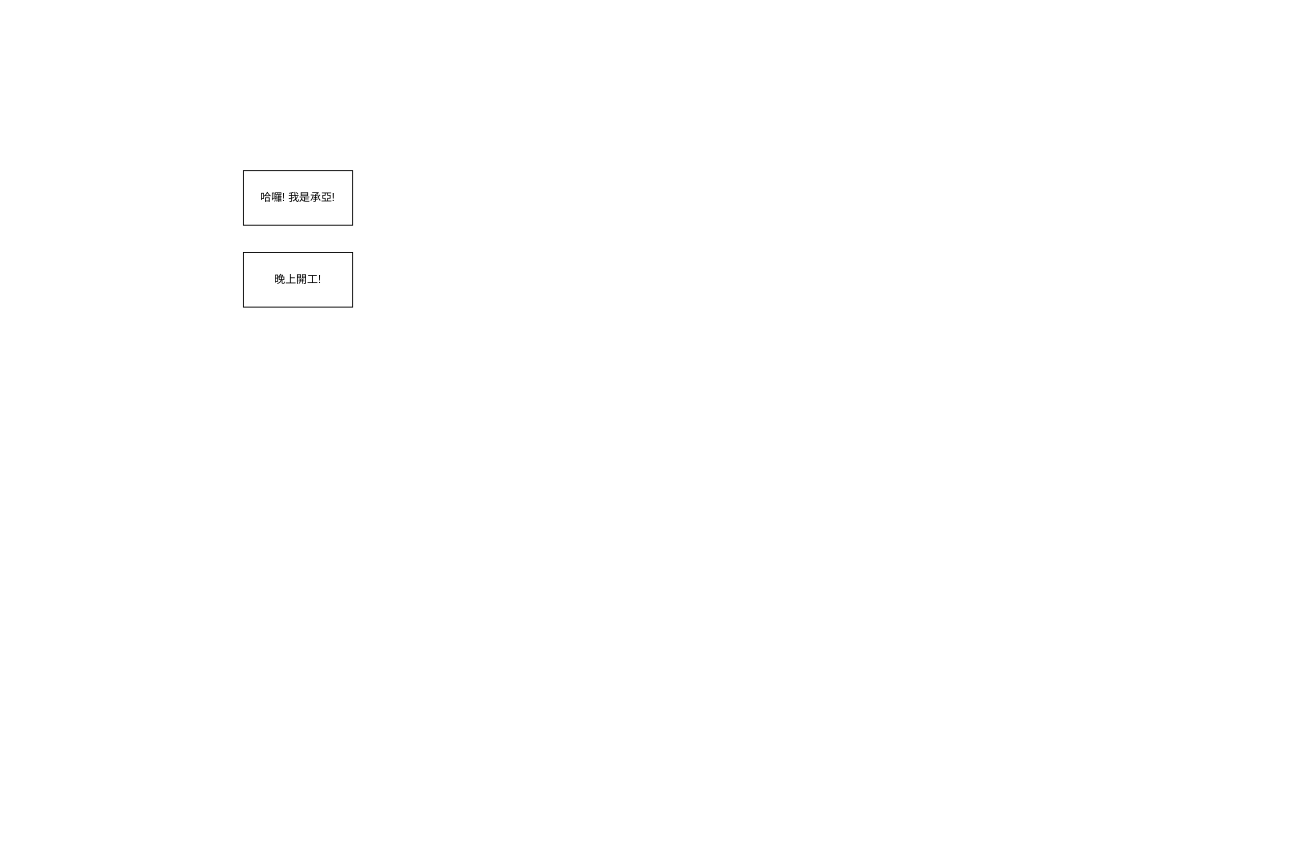
Above: Untitled Diagram.drawio in dodooodo/feplace (draw.io), before the change. Source tidied: cells renumbered, new cells numbered last; positions are measured from the earlier drawing's top-left corner, leaving out a move shared by most shapes. Both pictures are drawn from the tidied source at 91%, with x=0, y=0 at pixel (243, 170).
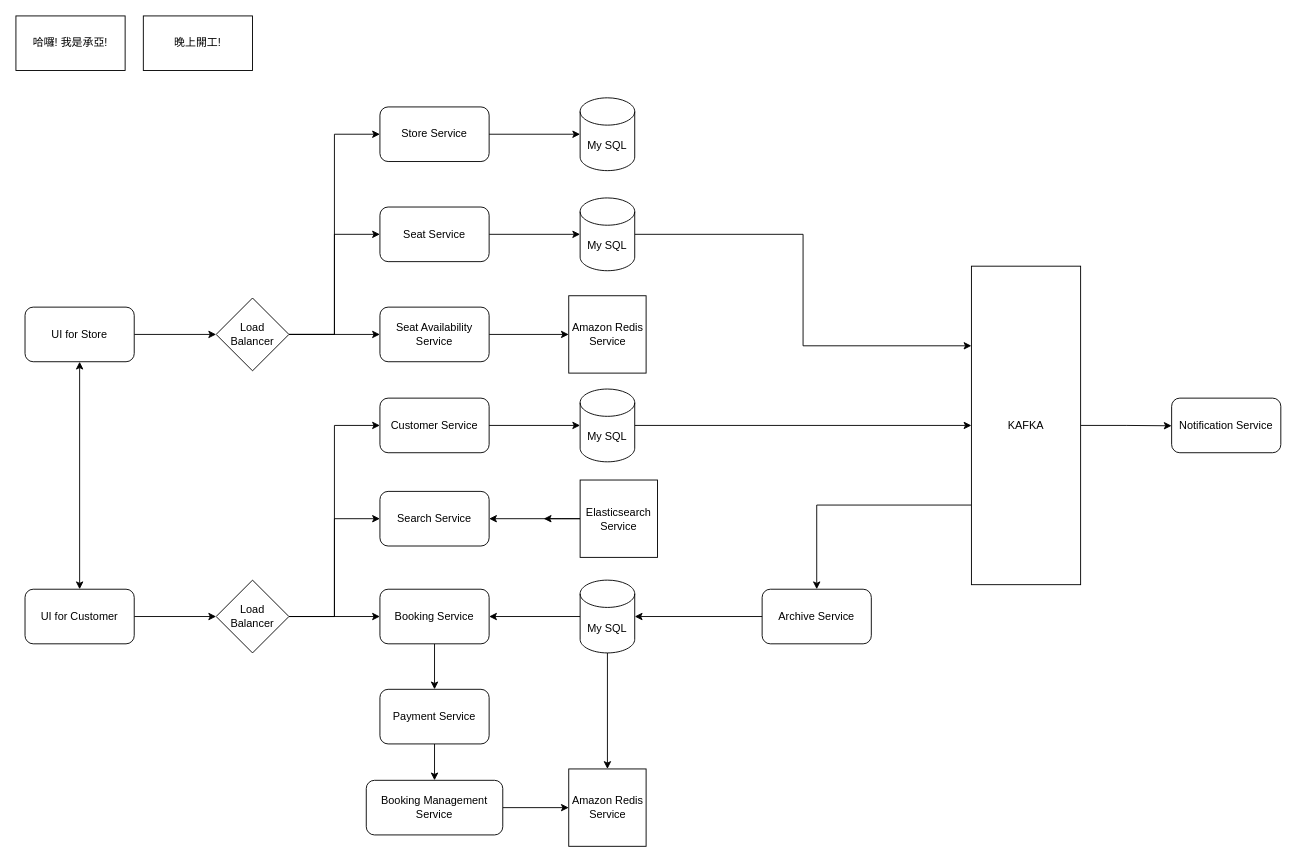
After the change.

Change to the diagram source:
```diff
@@
     <mxCell id="2" value="哈囉! 我是承亞!" style="rounded=0;whiteSpace=wrap;html=1;" parent="1" vertex="1">
-      <mxGeometry width="120" height="60" as="geometry" />
+      <mxGeometry x="-250" y="-170" width="120" height="60" as="geometry" />
     </mxCell>
     <mxCell id="3" value="晚上開工!" style="rounded=0;whiteSpace=wrap;html=1;" parent="1" vertex="1">
-      <mxGeometry y="90" width="120" height="60" as="geometry" />
+      <mxGeometry x="-110" y="-170" width="120" height="60" as="geometry" />
     </mxCell>
+    <mxCell id="4" style="edgeStyle=orthogonalEdgeStyle;rounded=0;jettySize=auto;html=1;exitX=1;exitY=0.5;exitDx=0;exitDy=0;entryX=0;entryY=0.5;entryDx=0;entryDy=0;" parent="1" edge="1" source="5" target="11">
+      <mxGeometry relative="1" as="geometry" />
+    </mxCell>
+    <mxCell id="5" value="UI for Store" style="rounded=1;whiteSpace=wrap;html=1;" parent="1" vertex="1">
+      <mxGeometry x="-240" y="150" width="120" height="60" as="geometry" />
+    </mxCell>
+    <mxCell id="6" style="edgeStyle=orthogonalEdgeStyle;rounded=0;jettySize=auto;html=1;exitX=1;exitY=0.5;exitDx=0;exitDy=0;entryX=0;entryY=0.5;entryDx=0;entryDy=0;" parent="1" edge="1" source="7" target="15">
+      <mxGeometry relative="1" as="geometry" />
+    </mxCell>
+    <mxCell id="7" value="UI for Customer" style="rounded=1;whiteSpace=wrap;html=1;" parent="1" vertex="1">
+      <mxGeometry x="-240" y="460" width="120" height="60" as="geometry" />
+    </mxCell>
+    <mxCell id="8" style="edgeStyle=orthogonalEdgeStyle;rounded=0;jettySize=auto;html=1;exitX=1;exitY=0.5;exitDx=0;exitDy=0;entryX=0;entryY=0.5;entryDx=0;entryDy=0;" parent="1" edge="1" source="11" target="18">
+      <mxGeometry relative="1" as="geometry" />
+    </mxCell>
+    <mxCell id="9" style="edgeStyle=orthogonalEdgeStyle;rounded=0;jettySize=auto;html=1;exitX=1;exitY=0.5;exitDx=0;exitDy=0;entryX=0;entryY=0.5;entryDx=0;entryDy=0;" parent="1" edge="1" source="11" target="16">
+      <mxGeometry relative="1" as="geometry" />
+    </mxCell>
+    <mxCell id="10" style="edgeStyle=orthogonalEdgeStyle;rounded=0;jettySize=auto;html=1;exitX=1;exitY=0.5;exitDx=0;exitDy=0;entryX=0;entryY=0.5;entryDx=0;entryDy=0;" parent="1" edge="1" source="11" target="44">
+      <mxGeometry relative="1" as="geometry" />
+    </mxCell>
+    <mxCell id="11" value="Load&lt;div&gt;Balancer&lt;/div&gt;" style="rhombus;whiteSpace=wrap;html=1;" parent="1" vertex="1">
+      <mxGeometry x="-30" y="140" width="80" height="80" as="geometry" />
+    </mxCell>
+    <mxCell id="12" style="edgeStyle=orthogonalEdgeStyle;rounded=0;jettySize=auto;html=1;exitX=1;exitY=0.5;exitDx=0;exitDy=0;entryX=0;entryY=0.5;entryDx=0;entryDy=0;" parent="1" edge="1" source="15" target="19">
+      <mxGeometry relative="1" as="geometry" />
+    </mxCell>
+    <mxCell id="13" style="edgeStyle=orthogonalEdgeStyle;rounded=0;jettySize=auto;html=1;exitX=1;exitY=0.5;exitDx=0;exitDy=0;entryX=0;entryY=0.5;entryDx=0;entryDy=0;" parent="1" edge="1" source="15" target="21">
+      <mxGeometry relative="1" as="geometry" />
+    </mxCell>
+    <mxCell id="14" style="edgeStyle=orthogonalEdgeStyle;rounded=0;jettySize=auto;html=1;exitX=1;exitY=0.5;exitDx=0;exitDy=0;entryX=0;entryY=0.5;entryDx=0;entryDy=0;" parent="1" edge="1" source="15" target="34">
+      <mxGeometry relative="1" as="geometry" />
+    </mxCell>
+    <mxCell id="15" value="Load&lt;div&gt;Balancer&lt;/div&gt;" style="rhombus;whiteSpace=wrap;html=1;" parent="1" vertex="1">
+      <mxGeometry x="-30" y="450" width="80" height="80" as="geometry" />
+    </mxCell>
+    <mxCell id="16" value="Store Service" style="rounded=1;whiteSpace=wrap;html=1;" parent="1" vertex="1">
+      <mxGeometry x="150" y="-70" width="120" height="60" as="geometry" />
+    </mxCell>
+    <mxCell id="17" style="edgeStyle=orthogonalEdgeStyle;rounded=0;jettySize=auto;html=1;exitX=1;exitY=0.5;exitDx=0;exitDy=0;" parent="1" edge="1" source="18" target="39">
+      <mxGeometry relative="1" as="geometry" />
+    </mxCell>
+    <mxCell id="18" value="Seat Availability Service" style="rounded=1;whiteSpace=wrap;html=1;" parent="1" vertex="1">
+      <mxGeometry x="150" y="150" width="120" height="60" as="geometry" />
+    </mxCell>
+    <mxCell id="19" value="Search Service" style="rounded=1;whiteSpace=wrap;html=1;" parent="1" vertex="1">
+      <mxGeometry x="150" y="352.5" width="120" height="60" as="geometry" />
+    </mxCell>
+    <mxCell id="20" style="edgeStyle=orthogonalEdgeStyle;rounded=0;jettySize=auto;html=1;exitX=0.5;exitY=1;exitDx=0;exitDy=0;entryX=0.5;entryY=0;entryDx=0;entryDy=0;" parent="1" edge="1" source="21" target="23">
+      <mxGeometry relative="1" as="geometry" />
+    </mxCell>
+    <mxCell id="21" value="Booking Service" style="rounded=1;whiteSpace=wrap;html=1;" parent="1" vertex="1">
+      <mxGeometry x="150" y="460" width="120" height="60" as="geometry" />
+    </mxCell>
+    <mxCell id="22" style="edgeStyle=orthogonalEdgeStyle;rounded=0;jettySize=auto;html=1;exitX=0.5;exitY=1;exitDx=0;exitDy=0;entryX=0.5;entryY=0;entryDx=0;entryDy=0;" parent="1" edge="1" source="23" target="25">
+      <mxGeometry relative="1" as="geometry" />
+    </mxCell>
+    <mxCell id="23" value="Payment Service" style="rounded=1;whiteSpace=wrap;html=1;" parent="1" vertex="1">
+      <mxGeometry x="150" y="570" width="120" height="60" as="geometry" />
+    </mxCell>
+    <mxCell id="24" style="edgeStyle=orthogonalEdgeStyle;rounded=0;jettySize=auto;html=1;exitX=1;exitY=0.5;exitDx=0;exitDy=0;entryX=0;entryY=0.5;entryDx=0;entryDy=0;" parent="1" edge="1" source="25" target="38">
+      <mxGeometry relative="1" as="geometry" />
+    </mxCell>
+    <mxCell id="25" value="Booking Management Service" style="rounded=1;whiteSpace=wrap;html=1;" parent="1" vertex="1">
+      <mxGeometry x="135" y="670" width="150" height="60" as="geometry" />
+    </mxCell>
+    <mxCell id="26" value="My SQL" style="shape=cylinder3;whiteSpace=wrap;html=1;boundedLbl=1;backgroundOutline=1;size=15;" parent="1" vertex="1">
+      <mxGeometry x="370" y="-80" width="60" height="80" as="geometry" />
+    </mxCell>
+    <mxCell id="27" style="edgeStyle=orthogonalEdgeStyle;rounded=0;jettySize=auto;html=1;exitX=1;exitY=0.5;exitDx=0;exitDy=0;entryX=0;entryY=0.5;entryDx=0;entryDy=0;entryPerimeter=0;" parent="1" edge="1" source="16" target="26">
+      <mxGeometry relative="1" as="geometry" />
+    </mxCell>
+    <mxCell id="28" style="edgeStyle=orthogonalEdgeStyle;rounded=0;jettySize=auto;html=1;exitX=0;exitY=0.5;exitDx=0;exitDy=0;exitPerimeter=0;" parent="1" edge="1" source="30" target="21">
+      <mxGeometry relative="1" as="geometry" />
+    </mxCell>
+    <mxCell id="29" style="edgeStyle=orthogonalEdgeStyle;rounded=0;jettySize=auto;html=1;exitX=0.5;exitY=1;exitDx=0;exitDy=0;exitPerimeter=0;" parent="1" edge="1" source="30" target="38">
+      <mxGeometry relative="1" as="geometry" />
+    </mxCell>
+    <mxCell id="30" value="My SQL" style="shape=cylinder3;whiteSpace=wrap;html=1;boundedLbl=1;backgroundOutline=1;size=15;" parent="1" vertex="1">
+      <mxGeometry x="370" y="450" width="60" height="80" as="geometry" />
+    </mxCell>
+    <mxCell id="31" style="edgeStyle=orthogonalEdgeStyle;rounded=0;jettySize=auto;html=1;exitX=0;exitY=0.5;exitDx=0;exitDy=0;entryX=1;entryY=0.5;entryDx=0;entryDy=0;" parent="1" edge="1" source="33" target="19">
+      <mxGeometry relative="1" as="geometry" />
+    </mxCell>
+    <mxCell id="32" style="edgeStyle=orthogonalEdgeStyle;rounded=0;jettySize=auto;html=1;" parent="1" edge="1" source="33">
+      <mxGeometry relative="1" as="geometry">
+        <mxPoint x="330" y="382.5" as="targetPoint" />
+      </mxGeometry>
+    </mxCell>
+    <mxCell id="33" value="Elasticsearch Service" style="rounded=0;whiteSpace=wrap;html=1;" parent="1" vertex="1">
+      <mxGeometry x="370" y="340" width="85" height="85" as="geometry" />
+    </mxCell>
+    <mxCell id="34" value="Customer Service" style="rounded=1;whiteSpace=wrap;html=1;" parent="1" vertex="1">
+      <mxGeometry x="150" y="250" width="120" height="60" as="geometry" />
+    </mxCell>
+    <mxCell id="35" style="edgeStyle=orthogonalEdgeStyle;rounded=0;jettySize=auto;html=1;exitX=1;exitY=0.5;exitDx=0;exitDy=0;exitPerimeter=0;" parent="1" edge="1" source="36" target="42">
+      <mxGeometry relative="1" as="geometry" />
+    </mxCell>
+    <mxCell id="36" value="My SQL" style="shape=cylinder3;whiteSpace=wrap;html=1;boundedLbl=1;backgroundOutline=1;size=15;" parent="1" vertex="1">
+      <mxGeometry x="370" y="240" width="60" height="80" as="geometry" />
+    </mxCell>
+    <mxCell id="37" style="edgeStyle=orthogonalEdgeStyle;rounded=0;jettySize=auto;html=1;exitX=1;exitY=0.5;exitDx=0;exitDy=0;entryX=0;entryY=0.5;entryDx=0;entryDy=0;entryPerimeter=0;" parent="1" edge="1" source="34" target="36">
+      <mxGeometry relative="1" as="geometry" />
+    </mxCell>
+    <mxCell id="38" value="Amazon Redis Service" style="rounded=0;whiteSpace=wrap;html=1;" parent="1" vertex="1">
+      <mxGeometry x="357.5" y="657.5" width="85" height="85" as="geometry" />
+    </mxCell>
+    <mxCell id="39" value="Amazon Redis Service" style="rounded=0;whiteSpace=wrap;html=1;" parent="1" vertex="1">
+      <mxGeometry x="357.5" y="137.5" width="85" height="85" as="geometry" />
+    </mxCell>
+    <mxCell id="40" style="edgeStyle=orthogonalEdgeStyle;rounded=0;jettySize=auto;html=1;exitX=0;exitY=0.75;exitDx=0;exitDy=0;" parent="1" edge="1" source="42" target="48">
+      <mxGeometry relative="1" as="geometry" />
+    </mxCell>
+    <mxCell id="41" style="edgeStyle=orthogonalEdgeStyle;rounded=0;jettySize=auto;html=1;exitX=1;exitY=0.5;exitDx=0;exitDy=0;" parent="1" edge="1" source="42">
+      <mxGeometry relative="1" as="geometry">
+        <mxPoint x="1020" y="280.4" as="targetPoint" />
+      </mxGeometry>
+    </mxCell>
+    <mxCell id="42" value="KAFKA" style="rounded=0;whiteSpace=wrap;html=1;" parent="1" vertex="1">
+      <mxGeometry x="800" y="105" width="120" height="350" as="geometry" />
+    </mxCell>
+    <mxCell id="43" style="edgeStyle=orthogonalEdgeStyle;rounded=0;jettySize=auto;html=1;exitX=1;exitY=0.5;exitDx=0;exitDy=0;" parent="1" edge="1" source="44" target="46">
+      <mxGeometry relative="1" as="geometry" />
+    </mxCell>
+    <mxCell id="44" value="Seat Service" style="rounded=1;whiteSpace=wrap;html=1;" parent="1" vertex="1">
+      <mxGeometry x="150" y="40" width="120" height="60" as="geometry" />
+    </mxCell>
+    <mxCell id="45" style="edgeStyle=orthogonalEdgeStyle;rounded=0;jettySize=auto;html=1;exitX=1;exitY=0.5;exitDx=0;exitDy=0;exitPerimeter=0;entryX=0;entryY=0.25;entryDx=0;entryDy=0;" parent="1" edge="1" source="46" target="42">
+      <mxGeometry relative="1" as="geometry" />
+    </mxCell>
+    <mxCell id="46" value="My SQL" style="shape=cylinder3;whiteSpace=wrap;html=1;boundedLbl=1;backgroundOutline=1;size=15;" parent="1" vertex="1">
+      <mxGeometry x="370" y="30" width="60" height="80" as="geometry" />
+    </mxCell>
+    <mxCell id="47" style="endArrow=classic;startArrow=classic;html=1;rounded=0;entryX=0.5;entryY=1;entryDx=0;entryDy=0;exitX=0.5;exitY=0;exitDx=0;exitDy=0;" parent="1" edge="1" source="7" target="5">
+      <mxGeometry relative="1" as="geometry" />
+    </mxCell>
+    <mxCell id="48" value="Archive Service" style="rounded=1;whiteSpace=wrap;html=1;" parent="1" vertex="1">
+      <mxGeometry x="570" y="460" width="120" height="60" as="geometry" />
+    </mxCell>
+    <mxCell id="49" style="edgeStyle=orthogonalEdgeStyle;rounded=0;jettySize=auto;html=1;exitX=0;exitY=0.5;exitDx=0;exitDy=0;entryX=1;entryY=0.5;entryDx=0;entryDy=0;entryPerimeter=0;" parent="1" edge="1" source="48" target="30">
+      <mxGeometry relative="1" as="geometry" />
+    </mxCell>
+    <mxCell id="50" value="Notification Service" style="rounded=1;whiteSpace=wrap;html=1;" parent="1" vertex="1">
+      <mxGeometry x="1020" y="250" width="120" height="60" as="geometry" />
+    </mxCell>
```
